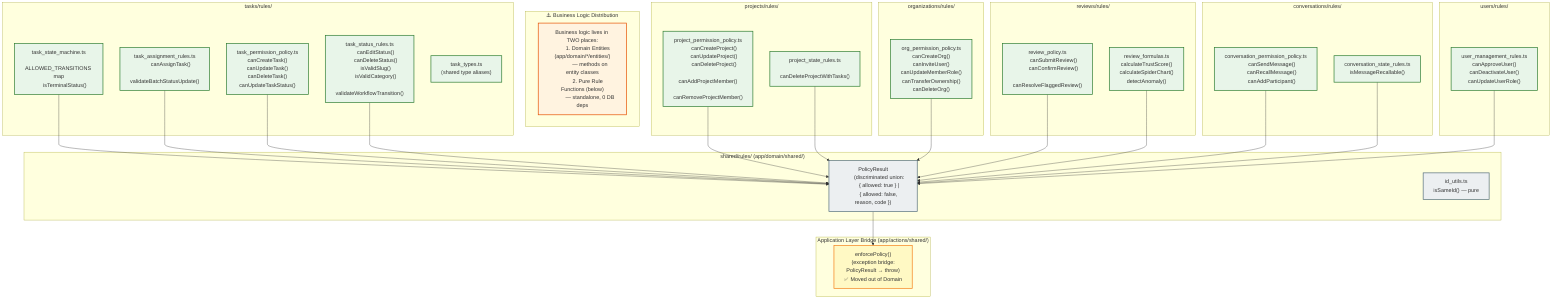
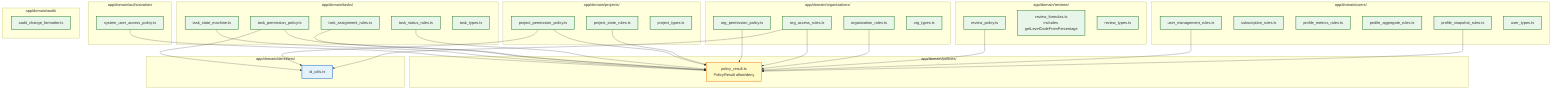
- %% ─────────────────────────────────────────────────────────────
%% pkg_03_business_rules: Business Rules Packages
- %% ─────────────────────────────────────────────────────────────
- %% Scope: All pure business rule modules — zero DB dependencies.
- %% Pattern: PolicyResult (allow/deny) + enforcePolicy() bridge.
- %% ✅ Updated 2026-03: Rules live in app/domain/*/ (100% pure)
- %% ✅ enforcePolicy() moved to app/actions/shared/ (Application layer)
- %% ⚠️ Note: Business logic also lives INSIDE Domain Entities
- %%    (methods on entity classes in app/domain/*/entities/).
- %%    These standalone rules complement entity-level logic.
- %% Related: pkg_02_application_layer.mmd — callers of these rules
- %% ─────────────────────────────────────────────────────────────
+ %% Updated 2026-04-29.
+ %% Scope: pure domain rules, formulas, and policy results.

graph TD
-     subgraph note["⚠️ Business Logic Distribution"]
-         NOTE["Business logic lives in TWO places:
-         1. Domain Entities (app/domain/*/entities/)
-            — methods on entity classes
-         2. Pure Rule Functions (below)
-            — standalone, 0 DB deps"]
+     subgraph policies["app/domain/policies/"]
+         POLICY_RESULT["policy_result.ts\nPolicyResult allow/deny"]
    end

-     subgraph shared_rules["shared/rules/ (app/domain/shared/)"]
-         POLICY_RESULT["PolicyResult
-         (discriminated union:
-         { allowed: true } |
-         { allowed: false, reason, code })"]
-         ID_UTILS["id_utils.ts
-         isSameId() — pure"]
+     subgraph authz["app/domain/authorization/"]
+         SYS_ACCESS["system_user_access_policy.ts"]
    end

-     subgraph enforce_bridge["Application Layer Bridge (app/actions/shared/)"]
-         ENFORCE["enforcePolicy()
-         (exception bridge:
-         PolicyResult → throw)
-         ✅ Moved out of Domain"]
+     subgraph tasks["app/domain/tasks/"]
+         TASK_STATE["task_state_machine.ts"]
+         TASK_ASSIGN["task_assignment_rules.ts"]
+         TASK_PERMISSION["task_permission_policy.ts"]
+         TASK_STATUS["task_status_rules.ts"]
+         TASK_TYPES["task_types.ts"]
    end

-     subgraph task_rules["tasks/rules/"]
-         TSM["task_state_machine.ts
-         ALLOWED_TRANSITIONS map
-         isTerminalStatus()"]
-         TAR["task_assignment_rules.ts
-         canAssignTask()
-         validateBatchStatusUpdate()"]
-         TPP["task_permission_policy.ts
-         canCreateTask()
-         canUpdateTask()
-         canDeleteTask()
-         canUpdateTaskStatus()"]
-         TSR["task_status_rules.ts
-         canEditStatus()
-         canDeleteStatus()
-         isValidSlug()
-         isValidCategory()
-         validateWorkflowTransition()"]
-         TTY["task_types.ts
-         (shared type aliases)"]
+     subgraph projects["app/domain/projects/"]
+         PROJECT_PERMISSION["project_permission_policy.ts"]
+         PROJECT_STATE["project_state_rules.ts"]
+         PROJECT_TYPES["project_types.ts"]
    end

-     subgraph project_rules["projects/rules/"]
-         PPP["project_permission_policy.ts
-         canCreateProject()
-         canUpdateProject()
-         canDeleteProject()
-         canAddProjectMember()
-         canRemoveProjectMember()"]
-         PSR["project_state_rules.ts
-         canDeleteProjectWithTasks()"]
+     subgraph organizations["app/domain/organizations/"]
+         ORG_PERMISSION["org_permission_policy.ts"]
+         ORG_ACCESS["org_access_rules.ts"]
+         ORG_RULES["organization_rules.ts"]
+         ORG_TYPES["org_types.ts"]
    end

-     subgraph org_rules["organizations/rules/"]
-         OPP["org_permission_policy.ts
-         canCreateOrg()
-         canInviteUser()
-         canUpdateMemberRole()
-         canTransferOwnership()
-         canDeleteOrg()"]
+     subgraph reviews["app/domain/reviews/"]
+         REVIEW_POLICY["review_policy.ts"]
+         REVIEW_FORMULAS["review_formulas.ts\nincludes getLevelCodeFromPercentage"]
+         REVIEW_TYPES["review_types.ts"]
    end

-     subgraph review_rules_pkg["reviews/rules/"]
-         RP["review_policy.ts
-         canSubmitReview()
-         canConfirmReview()
-         canResolveFlaggedReview()"]
-         RF["review_formulas.ts
-         calculateTrustScore()
-         calculateSpiderChart()
-         detectAnomaly()"]
+     subgraph users["app/domain/users/"]
+         USER_MANAGEMENT["user_management_rules.ts"]
+         SUBSCRIPTION["subscription_rules.ts"]
+         PROFILE_METRICS["profile_metrics_rules.ts"]
+         PROFILE_AGGREGATE["profile_aggregate_rules.ts"]
+         PROFILE_SNAPSHOT["profile_snapshot_rules.ts"]
+         USER_TYPES["user_types.ts"]
    end

-     subgraph conv_rules["conversations/rules/"]
-         CPP["conversation_permission_policy.ts
-         canSendMessage()
-         canRecallMessage()
-         canAddParticipant()"]
-         CSR["conversation_state_rules.ts
-         isMessageRecallable()"]
+     subgraph audit["app/domain/audit/"]
+         CHANGE_FORMATTER["audit_change_formatter.ts"]
    end

-     subgraph user_rules["users/rules/"]
-         UMR["user_management_rules.ts
-         canApproveUser()
-         canDeactivateUser()
-         canUpdateUserRole()"]
+     subgraph identifiers["app/domain/identifiers/"]
+         ID_UTILS["id_utils.ts"]
    end

-     %% All rules feed PolicyResult
-     TSM --> POLICY_RESULT
-     TAR --> POLICY_RESULT
-     TPP --> POLICY_RESULT
-     TSR --> POLICY_RESULT
-     PPP --> POLICY_RESULT
-     PSR --> POLICY_RESULT
-     OPP --> POLICY_RESULT
-     RP --> POLICY_RESULT
-     RF --> POLICY_RESULT
-     CPP --> POLICY_RESULT
-     CSR --> POLICY_RESULT
-     UMR --> POLICY_RESULT
-     POLICY_RESULT --> ENFORCE
+     SYS_ACCESS --> POLICY_RESULT
+     TASK_STATE --> POLICY_RESULT
+     TASK_ASSIGN --> POLICY_RESULT
+     TASK_PERMISSION --> POLICY_RESULT
+     TASK_STATUS --> POLICY_RESULT
+     PROJECT_PERMISSION --> POLICY_RESULT
+     PROJECT_STATE --> POLICY_RESULT
+     ORG_PERMISSION --> POLICY_RESULT
+     ORG_ACCESS --> POLICY_RESULT
+     ORG_RULES --> POLICY_RESULT
+     REVIEW_POLICY --> POLICY_RESULT
+     USER_MANAGEMENT --> POLICY_RESULT
+     PROFILE_SNAPSHOT --> POLICY_RESULT

-     classDef sharedStyle fill:#ECEFF1,stroke:#546E7A,stroke-width:2px
-     classDef ruleStyle fill:#E8F5E9,stroke:#2E7D32,stroke-width:2px
-     classDef noteStyle fill:#FFF3E0,stroke:#E65100,stroke-width:2px
-     classDef bridgeStyle fill:#FFF9C4,stroke:#F57F17,stroke-width:2px
+     TASK_PERMISSION --> ID_UTILS
+     PROJECT_PERMISSION --> ID_UTILS
+     ORG_ACCESS --> ID_UTILS

-     class POLICY_RESULT,ID_UTILS sharedStyle
-     class ENFORCE bridgeStyle
-     class TSM,TAR,TPP,TSR,TTY,PPP,PSR,OPP,RP,RF,CPP,CSR,UMR ruleStyle
-     class NOTE noteStyle
+     classDef policy fill:#FFF9C4,stroke:#F57F17,stroke-width:2px,color:#333
+     classDef rule fill:#E8F5E9,stroke:#2E7D32,stroke-width:2px,color:#333
+     classDef util fill:#E3F2FD,stroke:#1565C0,stroke-width:2px,color:#333
+     class POLICY_RESULT policy
+     class SYS_ACCESS,TASK_STATE,TASK_ASSIGN,TASK_PERMISSION,TASK_STATUS,TASK_TYPES,PROJECT_PERMISSION,PROJECT_STATE,PROJECT_TYPES,ORG_PERMISSION,ORG_ACCESS,ORG_RULES,ORG_TYPES,REVIEW_POLICY,REVIEW_FORMULAS,REVIEW_TYPES,USER_MANAGEMENT,SUBSCRIPTION,PROFILE_METRICS,PROFILE_AGGREGATE,PROFILE_SNAPSHOT,USER_TYPES,CHANGE_FORMATTER rule
+     class ID_UTILS util
